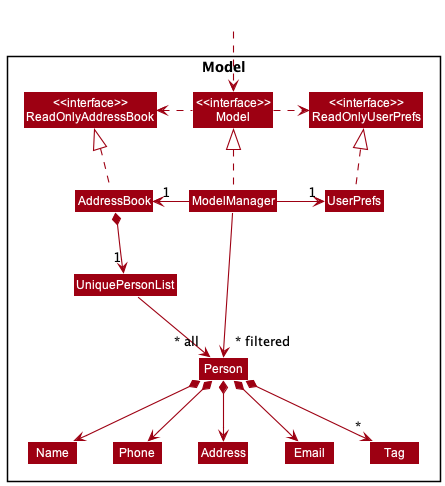
The PlantUML diagram docs/images/ModelClassDiagram.png in nus-cs2103-AY2223S2/tp, before a commit.
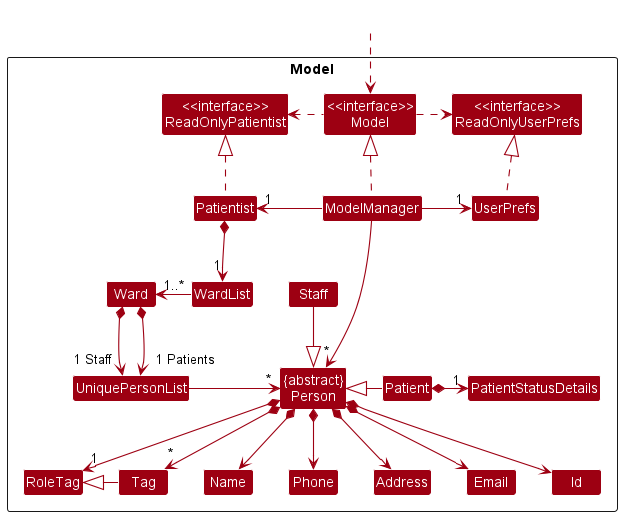
The same file after the commit.

Commit message:
Update DG with UML diagrams for description of Wards, and update UML diagram for Model package

The edit, as a diff of the source:
```diff
@@ -5,46 +5,65 @@
 skinparam classBackgroundColor MODEL_COLOR
 
 Package Model <<Rectangle>>{
-Class "<<interface>>\nReadOnlyAddressBook" as ReadOnlyAddressBook
+Class "<<interface>>\nReadOnlyPatientist" as ReadOnlyPatientist
 Class "<<interface>>\nReadOnlyUserPrefs" as ReadOnlyUserPrefs
 Class "<<interface>>\nModel" as Model
-Class AddressBook
+Class Patientist
 Class ModelManager
 Class UserPrefs
 
+Class WardList
+Class Ward
+Class Patient
+Class Staff
 Class UniquePersonList
-Class Person
+Class "{abstract}\nPerson" as Person
 Class Address
 Class Email
 Class Name
 Class Phone
+Class Id
 Class Tag
+Class RoleTag
+Class PatientStatusDetails
+
 
 }
 
 Class HiddenOutside #FFFFFF
 HiddenOutside ..> Model
 
-AddressBook .up.|> ReadOnlyAddressBook
+Patientist .up.|> ReadOnlyPatientist
 
 ModelManager .up.|> Model
 Model .right.> ReadOnlyUserPrefs
-Model .left.> ReadOnlyAddressBook
-ModelManager -left-> "1" AddressBook
+Model .left.> ReadOnlyPatientist
+ModelManager -left-> "1" Patientist
 ModelManager -right-> "1" UserPrefs
 UserPrefs .up.|> ReadOnlyUserPrefs
 
-AddressBook *--> "1" UniquePersonList
-UniquePersonList --> "~* all" Person
+Patientist *--> "1" WardList
+WardList -> "1..*" Ward
+Ward *--> "1 Staff" UniquePersonList
+Ward *--> "1 Patients" UniquePersonList
+UniquePersonList -right-> "~*" Person
 Person *--> Name
 Person *--> Phone
 Person *--> Email
 Person *--> Address
-Person *--> "*" Tag
+Person *--> "~*" Tag
+Person *--> Id
+
+Tag -left-|> RoleTag
+Person *--> "1" RoleTag
+
+Staff --|> Person
+Patient -left-|> Person
+Patient *-right-> "1" PatientStatusDetails
 
 Name -[hidden]right-> Phone
 Phone -[hidden]right-> Address
 Address -[hidden]right-> Email
 
-ModelManager -->"~* filtered" Person
+ModelManager -->"~*" Person
 @enduml
```
